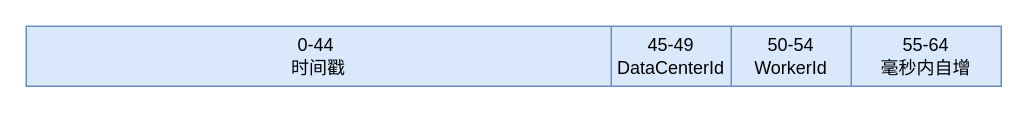
The draw.io diagram docs/views/issue/MbpSnowFlake.drawio in kkyeer/kkyeer.github.io, before the edit. Source tidied: cells renumbered, new cells numbered last; positions are measured from the earlier drawing's top-left corner, leaving out a move shared by most shapes. Both pictures are drawn from the tidied source at 150%, with x=0, y=0 at pixel (26, 26).
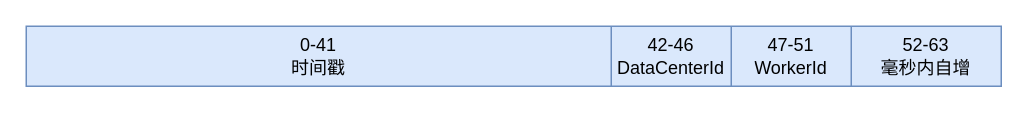
The same page after the edit.

Change to the diagram source:
```diff
@@
 <mxGraphModel>
   <root>
     <mxCell id="0" />
     <mxCell id="1" parent="0" />
     <mxCell id="2" style="shape=table;html=1;whiteSpace=wrap;startSize=0;childLayout=tableLayout;fillColor=#dae8fc;strokeColor=#6c8ebf;" parent="1" vertex="1">
       <mxGeometry width="650" height="40" as="geometry" />
     </mxCell>
     <mxCell id="3" style="shape=partialRectangle;html=1;whiteSpace=wrap;fillColor=none;top=0;left=0;bottom=0;right=0;" parent="2" vertex="1">
       <mxGeometry width="650" height="40" as="geometry" />
     </mxCell>
-    <mxCell id="4" value="0-44&amp;nbsp; &lt;br&gt;时间戳" style="shape=partialRectangle;html=1;whiteSpace=wrap;fillColor=none;top=0;left=0;bottom=0;right=0;overflow=hidden;" parent="3" vertex="1">
+    <mxCell id="4" value="0-41&lt;br&gt;时间戳" style="shape=partialRectangle;html=1;whiteSpace=wrap;fillColor=none;top=0;left=0;bottom=0;right=0;overflow=hidden;" parent="3" vertex="1">
       <mxGeometry width="390" height="40" as="geometry" />
     </mxCell>
-    <mxCell id="5" value="45-49&lt;br&gt;DataCenterId" style="shape=partialRectangle;html=1;whiteSpace=wrap;fillColor=none;top=0;left=0;bottom=0;right=0;overflow=hidden;" parent="3" vertex="1">
+    <mxCell id="5" value="42-46&lt;br&gt;DataCenterId" style="shape=partialRectangle;html=1;whiteSpace=wrap;fillColor=none;top=0;left=0;bottom=0;right=0;overflow=hidden;" parent="3" vertex="1">
       <mxGeometry x="390" width="80" height="40" as="geometry" />
     </mxCell>
-    <mxCell id="6" value="50-54&lt;br&gt;WorkerId" style="shape=partialRectangle;html=1;whiteSpace=wrap;fillColor=none;top=0;left=0;bottom=0;right=0;overflow=hidden;" parent="3" vertex="1">
+    <mxCell id="6" value="47-51&lt;br&gt;WorkerId" style="shape=partialRectangle;html=1;whiteSpace=wrap;fillColor=none;top=0;left=0;bottom=0;right=0;overflow=hidden;" parent="3" vertex="1">
       <mxGeometry x="470" width="80" height="40" as="geometry" />
     </mxCell>
-    <mxCell id="7" value="55-64&lt;br&gt;毫秒内自增" style="shape=partialRectangle;html=1;whiteSpace=wrap;fillColor=none;top=0;left=0;bottom=0;right=0;overflow=hidden;" parent="3" vertex="1">
+    <mxCell id="7" value="52-63&lt;br&gt;毫秒内自增" style="shape=partialRectangle;html=1;whiteSpace=wrap;fillColor=none;top=0;left=0;bottom=0;right=0;overflow=hidden;" parent="3" vertex="1">
       <mxGeometry x="550" width="100" height="40" as="geometry" />
     </mxCell>
   </root>
 </mxGraphModel>
```
